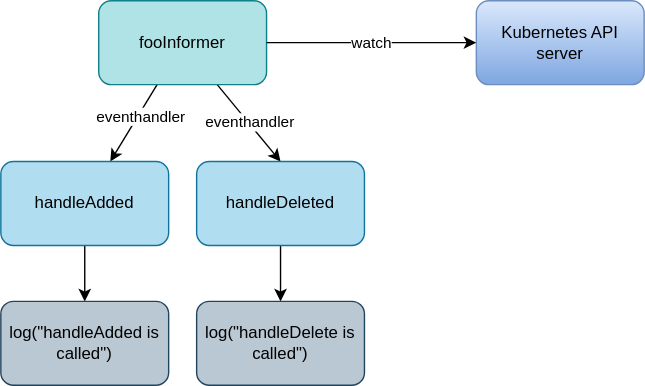
Earlier version of the draw.io export docs/content/docs/05-implement-reconciliation-loop/overview-1.drawio.svg (nakamasato/sample-controller). Source tidied: cells renumbered, new cells last; positions are measured from the earlier drawing's top-left corner, leaving out a move shared by most shapes.
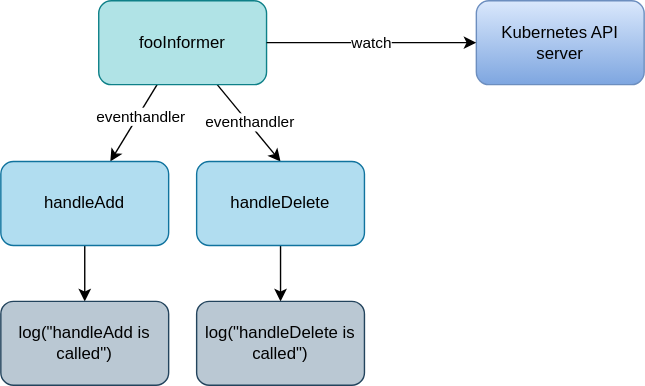
Later version of the same file.

Change to the diagram source:
```diff
@@ -26,16 +26,16 @@
     <mxCell id="9" style="edgeStyle=none;html=1;" parent="1" edge="1" source="10" target="13">
       <mxGeometry relative="1" as="geometry" />
     </mxCell>
-    <mxCell id="10" value="handleAdded" style="rounded=1;whiteSpace=wrap;html=1;fillColor=#b1ddf0;strokeColor=#10739e;" parent="1" vertex="1">
+    <mxCell id="10" value="handleAdd" style="rounded=1;whiteSpace=wrap;html=1;fillColor=#b1ddf0;strokeColor=#10739e;" parent="1" vertex="1">
       <mxGeometry y="115" width="120" height="60" as="geometry" />
     </mxCell>
     <mxCell id="11" style="edgeStyle=none;html=1;" parent="1" edge="1" source="12" target="14">
       <mxGeometry relative="1" as="geometry" />
     </mxCell>
-    <mxCell id="12" value="handleDeleted" style="rounded=1;whiteSpace=wrap;html=1;fillColor=#b1ddf0;strokeColor=#10739e;" parent="1" vertex="1">
+    <mxCell id="12" value="handleDelete" style="rounded=1;whiteSpace=wrap;html=1;fillColor=#b1ddf0;strokeColor=#10739e;" parent="1" vertex="1">
       <mxGeometry x="140" y="115" width="120" height="60" as="geometry" />
     </mxCell>
-    <mxCell id="13" value="log(&quot;handleAdded is called&quot;)" style="rounded=1;whiteSpace=wrap;html=1;fillColor=#bac8d3;strokeColor=#23445d;" parent="1" vertex="1">
+    <mxCell id="13" value="log(&quot;handleAdd is called&quot;)" style="rounded=1;whiteSpace=wrap;html=1;fillColor=#bac8d3;strokeColor=#23445d;" parent="1" vertex="1">
       <mxGeometry y="215" width="120" height="60" as="geometry" />
     </mxCell>
     <mxCell id="14" value="log(&quot;handleDelete is called&quot;)" style="rounded=1;whiteSpace=wrap;html=1;fillColor=#bac8d3;strokeColor=#23445d;" parent="1" vertex="1">
```
